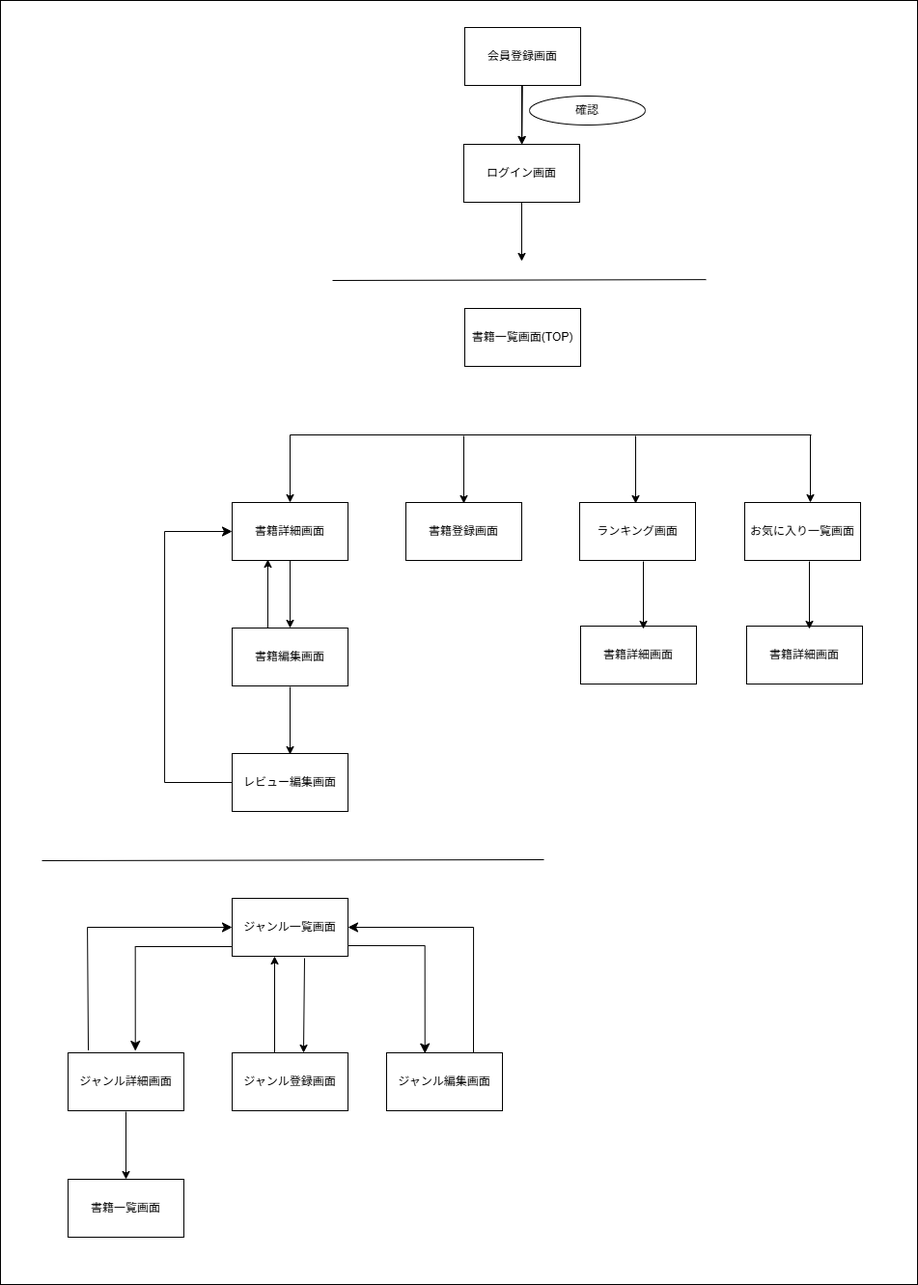
Before: docs/screen-transition.png, a diagram exported from draw.io (ami-takaoka/bookshelf-app). Source tidied: cells renumbered, new cells last; positions are measured from the earlier drawing's top-left corner, leaving out a move shared by most shapes.
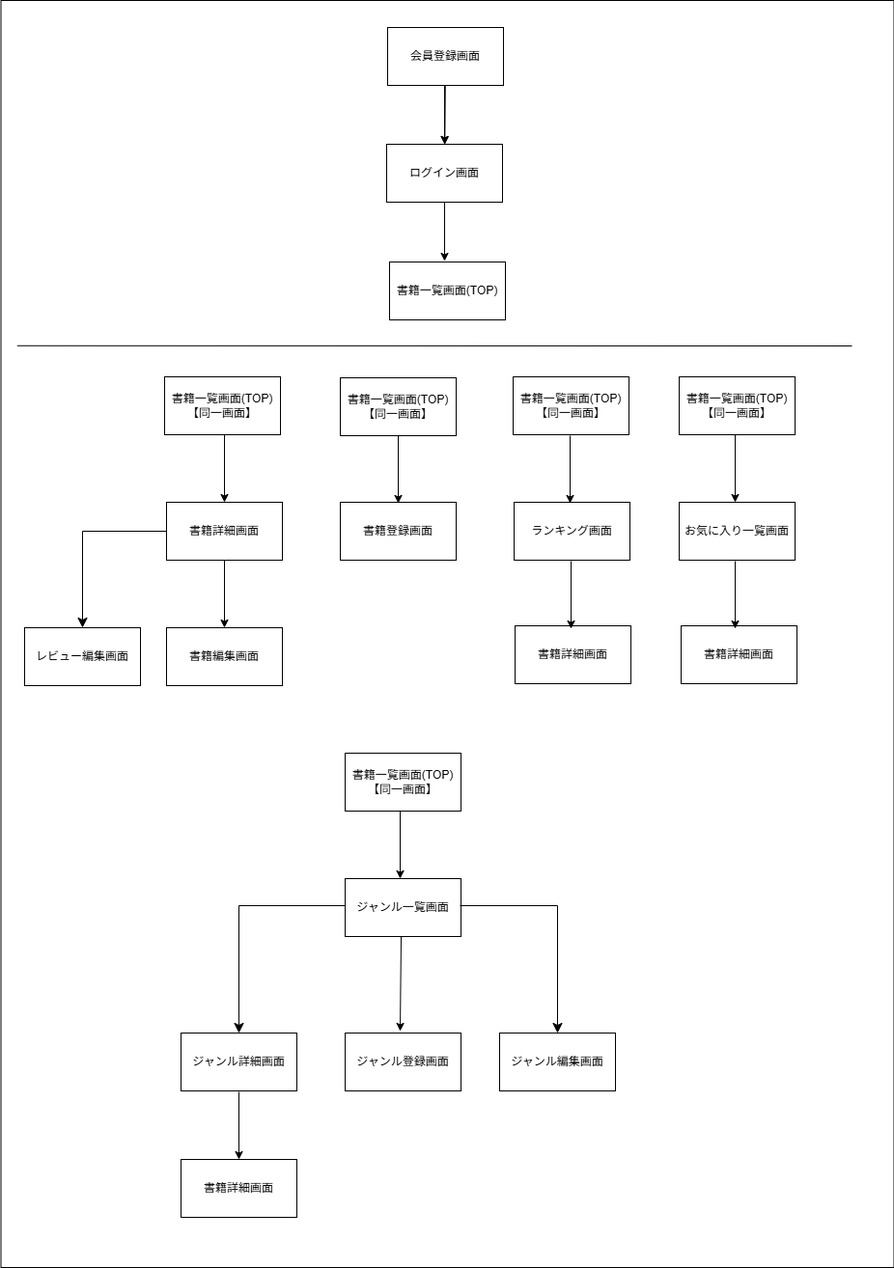
The same diagram one commit later.

Commit message:
docs: update screen transition diagrams

What changed in the source:
```diff
@@ -3,7 +3,7 @@
     <mxCell id="0" />
     <mxCell id="1" parent="0" />
     <mxCell id="2" style="rounded=0;whiteSpace=wrap;html=1;" parent="1" vertex="1">
-      <mxGeometry width="950" height="1330" as="geometry" />
+      <mxGeometry x="80.5" width="925" height="1313" as="geometry" />
     </mxCell>
     <mxCell id="3" value="ログイン画面" style="rounded=0;whiteSpace=wrap;html=1;" parent="1" vertex="1">
       <mxGeometry x="480" y="149" width="120" height="60" as="geometry" />
@@ -14,38 +14,35 @@
     <mxCell id="5" value="会員登録画面" style="rounded=0;whiteSpace=wrap;html=1;" parent="1" vertex="1">
       <mxGeometry x="481" y="28" width="120" height="60" as="geometry" />
     </mxCell>
-    <mxCell id="6" value="書籍一覧画面(TOP)" style="rounded=0;whiteSpace=wrap;html=1;" parent="1" vertex="1">
-      <mxGeometry x="481" y="319" width="120" height="60" as="geometry" />
+    <mxCell id="6" value="書籍一覧画面(TOP)&lt;div&gt;【同一画面】&lt;/div&gt;" style="rounded=0;whiteSpace=wrap;html=1;" parent="1" vertex="1">
+      <mxGeometry x="432" y="391" width="120" height="60" as="geometry" />
     </mxCell>
     <mxCell id="7" value="書籍詳細画面" style="rounded=0;whiteSpace=wrap;html=1;" parent="1" vertex="1">
-      <mxGeometry x="240" y="520" width="120" height="60" as="geometry" />
+      <mxGeometry x="252" y="520" width="120" height="60" as="geometry" />
     </mxCell>
     <mxCell id="8" value="書籍登録画面" style="rounded=0;whiteSpace=wrap;html=1;" parent="1" vertex="1">
-      <mxGeometry x="420" y="520" width="120" height="60" as="geometry" />
+      <mxGeometry x="432" y="520" width="120" height="60" as="geometry" />
     </mxCell>
     <mxCell id="9" value="書籍編集画面" style="rounded=0;whiteSpace=wrap;html=1;" parent="1" vertex="1">
-      <mxGeometry x="240" y="650" width="120" height="60" as="geometry" />
+      <mxGeometry x="252" y="650" width="120" height="60" as="geometry" />
     </mxCell>
     <mxCell id="10" value="ジャンル一覧画面" style="rounded=0;whiteSpace=wrap;html=1;" parent="1" vertex="1">
-      <mxGeometry x="240" y="930" width="120" height="60" as="geometry" />
+      <mxGeometry x="437" y="910" width="120" height="60" as="geometry" />
     </mxCell>
     <mxCell id="11" value="ジャンル詳細画面" style="rounded=0;whiteSpace=wrap;html=1;" parent="1" vertex="1">
-      <mxGeometry x="70" y="1090" width="120" height="60" as="geometry" />
+      <mxGeometry x="267" y="1070" width="120" height="60" as="geometry" />
     </mxCell>
     <mxCell id="12" value="ジャンル登録画面" style="rounded=0;whiteSpace=wrap;html=1;" parent="1" vertex="1">
-      <mxGeometry x="240" y="1090" width="120" height="60" as="geometry" />
+      <mxGeometry x="437" y="1070" width="120" height="60" as="geometry" />
     </mxCell>
     <mxCell id="13" value="ジャンル編集画面" style="rounded=0;whiteSpace=wrap;html=1;" parent="1" vertex="1">
-      <mxGeometry x="400" y="1090" width="120" height="60" as="geometry" />
+      <mxGeometry x="597" y="1070" width="120" height="60" as="geometry" />
     </mxCell>
-    <mxCell id="14" value="レビュー編集画面" style="rounded=0;whiteSpace=wrap;html=1;" parent="1" vertex="1">
-      <mxGeometry x="240" y="780" width="120" height="60" as="geometry" />
-    </mxCell>
     <mxCell id="15" value="お気に入り一覧画面" style="rounded=0;whiteSpace=wrap;html=1;" parent="1" vertex="1">
-      <mxGeometry x="771" y="520" width="120" height="60" as="geometry" />
+      <mxGeometry x="783" y="520" width="120" height="60" as="geometry" />
     </mxCell>
     <mxCell id="16" value="ランキング画面" style="rounded=0;whiteSpace=wrap;html=1;" parent="1" vertex="1">
-      <mxGeometry x="600" y="520" width="120" height="60" as="geometry" />
+      <mxGeometry x="612" y="520" width="120" height="60" as="geometry" />
     </mxCell>
     <mxCell id="17" style="endArrow=classic;html=1;" parent="1" edge="1" target="3">
       <mxGeometry relative="1" as="geometry">
@@ -58,139 +55,110 @@
         <mxPoint x="540" y="270" as="targetPoint" />
       </mxGeometry>
     </mxCell>
-    <mxCell id="19" style="endArrow=none;html=1;" parent="1" edge="1">
+    <mxCell id="19" style="endArrow=none;html=1;exitX=0.274;exitY=0.269;exitDx=0;exitDy=0;exitPerimeter=0;" parent="1" edge="1">
       <mxGeometry relative="1" as="geometry">
-        <mxPoint x="344" y="290" as="sourcePoint" />
-        <mxPoint x="731" y="289.1" as="targetPoint" />
+        <mxPoint x="97.3" y="357.8" as="sourcePoint" />
+        <mxPoint x="962" y="358" as="targetPoint" />
       </mxGeometry>
     </mxCell>
-    <mxCell id="20" style="endArrow=none;html=1;" parent="1" edge="1">
-      <mxGeometry relative="1" as="geometry">
-        <mxPoint x="300" y="450" as="sourcePoint" />
-        <mxPoint x="840" y="450" as="targetPoint" />
-      </mxGeometry>
-    </mxCell>
     <mxCell id="21" style="endArrow=classic;html=1;" parent="1" edge="1" target="7">
       <mxGeometry relative="1" as="geometry">
-        <mxPoint x="300" y="450" as="sourcePoint" />
+        <mxPoint x="312" y="450" as="sourcePoint" />
       </mxGeometry>
     </mxCell>
     <mxCell id="22" style="endArrow=classic;html=1;" parent="1" edge="1">
       <mxGeometry relative="1" as="geometry">
-        <mxPoint x="480" y="451" as="sourcePoint" />
-        <mxPoint x="480" y="521" as="targetPoint" />
+        <mxPoint x="492" y="451" as="sourcePoint" />
+        <mxPoint x="492" y="521" as="targetPoint" />
       </mxGeometry>
     </mxCell>
     <mxCell id="23" style="endArrow=classic;html=1;" parent="1" edge="1">
       <mxGeometry relative="1" as="geometry">
-        <mxPoint x="658" y="451" as="sourcePoint" />
-        <mxPoint x="658" y="521" as="targetPoint" />
+        <mxPoint x="670" y="451" as="sourcePoint" />
+        <mxPoint x="670" y="521" as="targetPoint" />
       </mxGeometry>
     </mxCell>
     <mxCell id="24" style="endArrow=classic;html=1;" parent="1" edge="1">
       <mxGeometry relative="1" as="geometry">
-        <mxPoint x="839" y="450" as="sourcePoint" />
-        <mxPoint x="839" y="520" as="targetPoint" />
+        <mxPoint x="841" y="450" as="sourcePoint" />
+        <mxPoint x="841" y="520" as="targetPoint" />
       </mxGeometry>
     </mxCell>
     <mxCell id="25" style="endArrow=classic;html=1;" parent="1" edge="1">
       <mxGeometry relative="1" as="geometry">
-        <mxPoint x="300" y="580" as="sourcePoint" />
-        <mxPoint x="300" y="650" as="targetPoint" />
+        <mxPoint x="312" y="580" as="sourcePoint" />
+        <mxPoint x="312" y="650" as="targetPoint" />
       </mxGeometry>
     </mxCell>
-    <mxCell id="26" style="endArrow=classic;html=1;" parent="1" edge="1">
-      <mxGeometry relative="1" as="geometry">
-        <mxPoint x="300" y="711" as="sourcePoint" />
-        <mxPoint x="300" y="781" as="targetPoint" />
-      </mxGeometry>
-    </mxCell>
-    <mxCell id="27" style="endArrow=none;html=1;" parent="1" edge="1">
-      <mxGeometry relative="1" as="geometry">
-        <mxPoint x="43" y="891" as="sourcePoint" />
-        <mxPoint x="563" y="890" as="targetPoint" />
-      </mxGeometry>
-    </mxCell>
     <mxCell id="28" style="endArrow=classic;html=1;entryX=0.5;entryY=0;entryDx=0;entryDy=0;" parent="1" edge="1">
       <mxGeometry relative="1" as="geometry">
-        <mxPoint x="315" y="992" as="sourcePoint" />
-        <mxPoint x="314" y="1090" as="targetPoint" />
+        <mxPoint x="495" y="970" as="sourcePoint" />
+        <mxPoint x="494" y="1068" as="targetPoint" />
       </mxGeometry>
     </mxCell>
-    <mxCell id="29" style="edgeStyle=segmentEdgeStyle;endArrow=classic;html=1;curved=0;rounded=0;endSize=8;startSize=8;exitX=0;exitY=0.5;exitDx=0;exitDy=0;entryX=0;entryY=0.5;entryDx=0;entryDy=0;" parent="1" edge="1" source="14" target="7">
-      <mxGeometry relative="1" as="geometry">
-        <Array as="points">
-          <mxPoint x="170" y="810" />
-          <mxPoint x="170" y="550" />
-        </Array>
-      </mxGeometry>
-    </mxCell>
-    <mxCell id="30" style="endArrow=classic;html=1;entryX=0.25;entryY=1;entryDx=0;entryDy=0;exitX=0.25;exitY=0;exitDx=0;exitDy=0;" parent="1" edge="1">
-      <mxGeometry relative="1" as="geometry">
-        <mxPoint x="284" y="1090" as="sourcePoint" />
-        <mxPoint x="284" y="990" as="targetPoint" />
-      </mxGeometry>
-    </mxCell>
-    <mxCell id="31" style="edgeStyle=segmentEdgeStyle;endArrow=classic;html=1;curved=0;rounded=0;endSize=8;startSize=8;entryX=1;entryY=0.5;entryDx=0;entryDy=0;exitX=0.75;exitY=0;exitDx=0;exitDy=0;" parent="1" edge="1" source="13" target="10">
-      <mxGeometry relative="1" as="geometry">
-        <Array as="points">
-          <mxPoint x="490" y="960" />
-        </Array>
-      </mxGeometry>
-    </mxCell>
-    <mxCell id="32" style="edgeStyle=segmentEdgeStyle;endArrow=classic;html=1;curved=0;rounded=0;endSize=8;startSize=8;exitX=0.175;exitY=-0.044;exitDx=0;exitDy=0;exitPerimeter=0;entryX=0;entryY=0.5;entryDx=0;entryDy=0;" parent="1" edge="1" source="11" target="10">
-      <mxGeometry relative="1" as="geometry">
-        <Array as="points">
-          <mxPoint x="90" y="1087" />
-          <mxPoint x="90" y="960" />
-        </Array>
-      </mxGeometry>
-    </mxCell>
-    <mxCell id="33" style="edgeStyle=segmentEdgeStyle;endArrow=classic;html=1;curved=0;rounded=0;endSize=8;startSize=8;entryX=0.331;entryY=0.011;entryDx=0;entryDy=0;entryPerimeter=0;" parent="1" edge="1" target="13">
+    <mxCell id="33" style="edgeStyle=segmentEdgeStyle;endArrow=classic;html=1;curved=0;rounded=0;endSize=8;startSize=8;entryX=0.5;entryY=0;entryDx=0;entryDy=0;" parent="1" edge="1" target="13">
       <mxGeometry relative="1" as="geometry">
-        <mxPoint x="360" y="979" as="sourcePoint" />
+        <mxPoint x="556" y="938" as="sourcePoint" />
       </mxGeometry>
     </mxCell>
-    <mxCell id="34" style="edgeStyle=segmentEdgeStyle;endArrow=classic;html=1;curved=0;rounded=0;endSize=8;startSize=8;entryX=0.581;entryY=-0.033;entryDx=0;entryDy=0;entryPerimeter=0;" parent="1" edge="1" target="11">
+    <mxCell id="34" style="edgeStyle=segmentEdgeStyle;endArrow=classic;html=1;curved=0;rounded=0;endSize=8;startSize=8;entryX=0.5;entryY=0;entryDx=0;entryDy=0;" parent="1" edge="1" target="11">
       <mxGeometry relative="1" as="geometry">
-        <mxPoint x="240" y="980" as="sourcePoint" />
+        <mxPoint x="437" y="938" as="sourcePoint" />
       </mxGeometry>
     </mxCell>
-    <mxCell id="35" value="確認" style="ellipse;whiteSpace=wrap;html=1;" parent="1" vertex="1">
-      <mxGeometry x="548" y="99" width="120" height="30" as="geometry" />
-    </mxCell>
     <mxCell id="36" value="書籍詳細画面" style="rounded=0;whiteSpace=wrap;html=1;" parent="1" vertex="1">
-      <mxGeometry x="773" y="648" width="120" height="60" as="geometry" />
+      <mxGeometry x="785" y="648" width="120" height="60" as="geometry" />
     </mxCell>
     <mxCell id="37" style="endArrow=classic;html=1;" parent="1" edge="1">
       <mxGeometry relative="1" as="geometry">
-        <mxPoint x="838" y="581" as="sourcePoint" />
-        <mxPoint x="838" y="651" as="targetPoint" />
+        <mxPoint x="841" y="581" as="sourcePoint" />
+        <mxPoint x="841" y="651" as="targetPoint" />
       </mxGeometry>
     </mxCell>
     <mxCell id="38" value="書籍詳細画面" style="rounded=0;whiteSpace=wrap;html=1;" parent="1" vertex="1">
-      <mxGeometry x="601" y="648" width="120" height="60" as="geometry" />
+      <mxGeometry x="613" y="648" width="120" height="60" as="geometry" />
     </mxCell>
     <mxCell id="39" style="endArrow=classic;html=1;" parent="1" edge="1">
       <mxGeometry relative="1" as="geometry">
-        <mxPoint x="666" y="581" as="sourcePoint" />
-        <mxPoint x="666" y="651" as="targetPoint" />
+        <mxPoint x="671" y="581" as="sourcePoint" />
+        <mxPoint x="671" y="651" as="targetPoint" />
       </mxGeometry>
     </mxCell>
-    <mxCell id="40" style="endArrow=classic;html=1;entryX=0.25;entryY=1;entryDx=0;entryDy=0;" parent="1" edge="1">
-      <mxGeometry relative="1" as="geometry">
-        <mxPoint x="277" y="650" as="sourcePoint" />
-        <mxPoint x="277" y="579" as="targetPoint" />
-      </mxGeometry>
-    </mxCell>
-    <mxCell id="41" value="書籍一覧画面" style="rounded=0;whiteSpace=wrap;html=1;" parent="1" vertex="1">
-      <mxGeometry x="70" y="1221" width="120" height="60" as="geometry" />
+    <mxCell id="41" value="書籍詳細画面" style="rounded=0;whiteSpace=wrap;html=1;" parent="1" vertex="1">
+      <mxGeometry x="267" y="1201" width="120" height="60" as="geometry" />
     </mxCell>
     <mxCell id="42" style="endArrow=classic;html=1;" parent="1" edge="1">
       <mxGeometry relative="1" as="geometry">
-        <mxPoint x="130" y="1151" as="sourcePoint" />
-        <mxPoint x="130" y="1221" as="targetPoint" />
+        <mxPoint x="327" y="1131" as="sourcePoint" />
+        <mxPoint x="327" y="1201" as="targetPoint" />
       </mxGeometry>
     </mxCell>
+    <mxCell id="43" value="書籍一覧画面(TOP)&lt;div&gt;【同一画面】&lt;/div&gt;" style="rounded=0;whiteSpace=wrap;html=1;" parent="1" vertex="1">
+      <mxGeometry x="250" y="390" width="120" height="60" as="geometry" />
+    </mxCell>
+    <mxCell id="44" value="書籍一覧画面(TOP)" style="rounded=0;whiteSpace=wrap;html=1;" parent="1" vertex="1">
+      <mxGeometry x="483" y="271" width="120" height="60" as="geometry" />
+    </mxCell>
+    <mxCell id="45" value="書籍一覧画面(TOP)&lt;div&gt;【同一画面】&lt;/div&gt;" style="rounded=0;whiteSpace=wrap;html=1;" parent="1" vertex="1">
+      <mxGeometry x="783" y="390" width="120" height="60" as="geometry" />
+    </mxCell>
+    <mxCell id="46" value="書籍一覧画面(TOP)&lt;div&gt;【同一画面】&lt;/div&gt;" style="rounded=0;whiteSpace=wrap;html=1;" parent="1" vertex="1">
+      <mxGeometry x="611" y="390" width="120" height="60" as="geometry" />
+    </mxCell>
+    <mxCell id="14" value="レビュー編集画面" style="rounded=0;whiteSpace=wrap;html=1;" parent="1" vertex="1">
+      <mxGeometry x="105" y="650" width="120" height="60" as="geometry" />
+    </mxCell>
+    <mxCell id="47" style="edgeStyle=segmentEdgeStyle;endArrow=classic;html=1;curved=0;rounded=0;endSize=8;startSize=8;exitX=0;exitY=0.5;exitDx=0;exitDy=0;" parent="1" edge="1" source="7" target="14">
+      <mxGeometry relative="1" as="geometry" />
+    </mxCell>
+    <mxCell id="48" style="endArrow=classic;html=1;" parent="1" edge="1">
+      <mxGeometry relative="1" as="geometry">
+        <mxPoint x="494" y="840" as="sourcePoint" />
+        <mxPoint x="494" y="910" as="targetPoint" />
+      </mxGeometry>
+    </mxCell>
+    <mxCell id="49" value="書籍一覧画面(TOP)&lt;div&gt;【同一画面】&lt;/div&gt;" style="rounded=0;whiteSpace=wrap;html=1;" parent="1" vertex="1">
+      <mxGeometry x="437" y="780" width="120" height="60" as="geometry" />
+    </mxCell>
   </root>
 </mxGraphModel>
```
